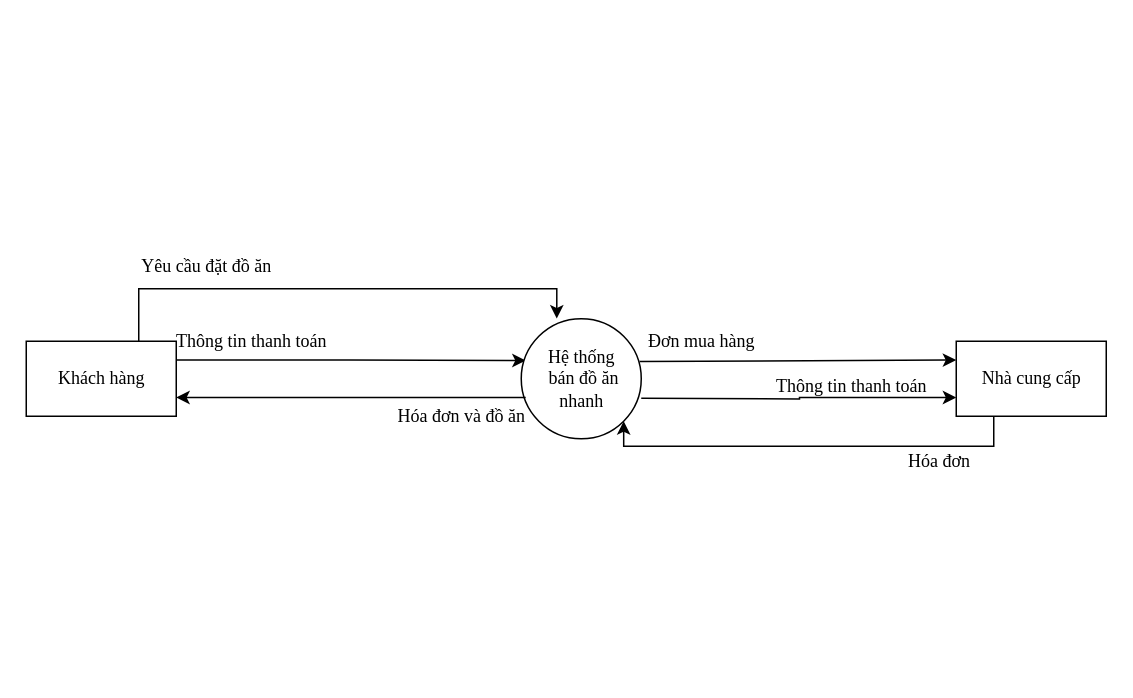
Before: page "Mức 0" (1 of 3) of PTTK HTTT/Project/DFD.drawio in EdgarIgnite16/SGU-Course, a draw.io diagram. Source tidied: cells renumbered, new cells numbered last; positions are measured from the earlier drawing's top-left corner, leaving out a move shared by most shapes. Both pictures are drawn from the tidied source at 150%, with x=0, y=0 at pixel (26, 250).
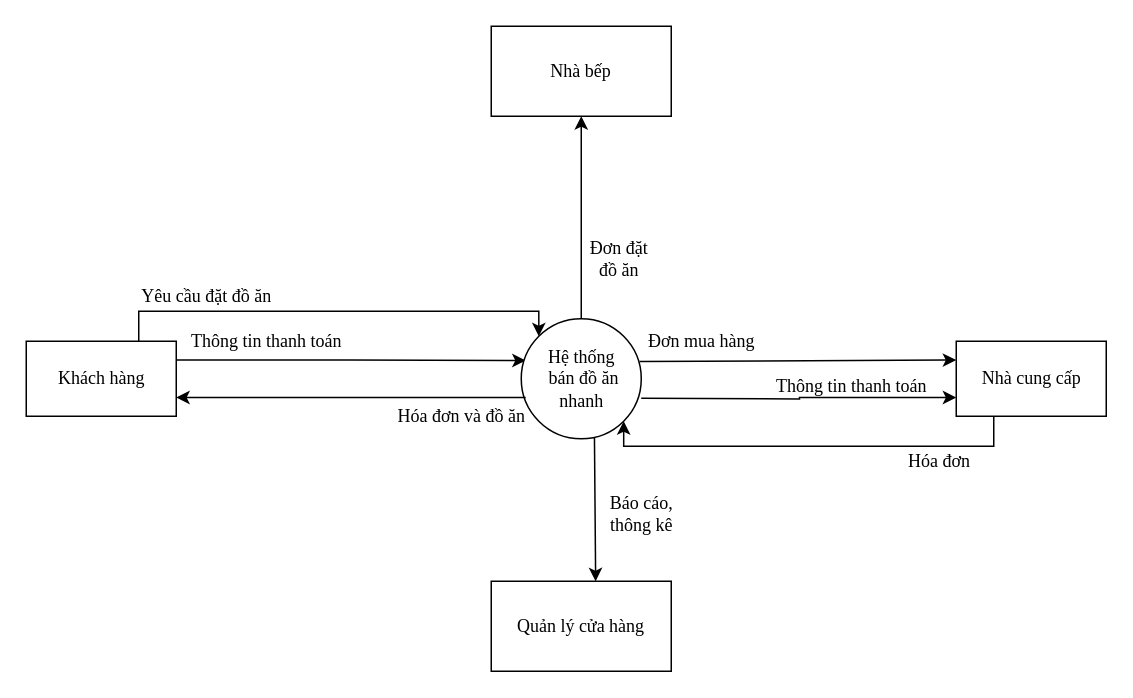
After the change.

Unchanged cells that the change refers to:
```xml
<mxCell id="4" value="Khách hàng" style="html=1;dashed=0;whitespace=wrap;fontFamily=Times New Roman;" parent="1" vertex="1">
  <mxGeometry y="60" width="100" height="50" as="geometry" />
</mxCell>
<mxCell id="6" value="&lt;font face=&quot;Times New Roman&quot;&gt;Hệ thống&lt;br&gt;&amp;nbsp;bán đồ ăn &lt;br&gt;nhanh&lt;/font&gt;" style="shape=ellipse;html=1;dashed=0;whitespace=wrap;perimeter=ellipsePerimeter;" parent="1" vertex="1">
  <mxGeometry x="330" y="45" width="80" height="80" as="geometry" />
</mxCell>
```

Change to the diagram source:
```diff
@@
-    <mxCell id="3" style="edgeStyle=orthogonalEdgeStyle;rounded=0;jettySize=auto;html=1;exitX=0.75;exitY=0;exitDx=0;exitDy=0;entryX=0.296;entryY=-0.002;entryDx=0;entryDy=0;entryPerimeter=0;fontFamily=Times New Roman;" parent="1" edge="1" source="4" target="6">
-      <mxGeometry relative="1" as="geometry" />
+    <mxCell id="3" style="edgeStyle=orthogonalEdgeStyle;rounded=0;jettySize=auto;html=1;exitX=0.75;exitY=0;exitDx=0;exitDy=0;entryX=0;entryY=0;entryDx=0;entryDy=0;fontFamily=Times New Roman;" parent="1" edge="1" source="4" target="6">
+      <mxGeometry relative="1" as="geometry">
+        <Array as="points">
+          <mxPoint x="75" y="40" />
+          <mxPoint x="342" y="40" />
+          <mxPoint x="342" y="57" />
+        </Array>
+      </mxGeometry>
     </mxCell>
@@
+    <mxCell id="17" style="edgeStyle=orthogonalEdgeStyle;rounded=0;jettySize=auto;html=1;exitX=0.5;exitY=0;exitDx=0;exitDy=0;entryX=0.5;entryY=1;entryDx=0;entryDy=0;fontFamily=Times New Roman;startArrow=none;startFill=0;" parent="1" edge="1" source="6" target="21">
+      <mxGeometry relative="1" as="geometry" />
+    </mxCell>
@@
-    <mxCell id="9" value="Yêu cầu đặt đồ ăn" style="text;html=1;align=center;verticalAlign=middle;strokeColor=none;fillColor=none;fontFamily=Times New Roman;" parent="1" vertex="1">
-      <mxGeometry x="70" width="100" height="20" as="geometry" />
-    </mxCell>
@@
     <mxCell id="14" value="Thông tin thanh toán" style="text;html=1;align=center;verticalAlign=middle;strokeColor=none;fillColor=none;fontFamily=Times New Roman;" parent="1" vertex="1">
-      <mxGeometry x="90" y="50" width="120" height="20" as="geometry" />
+      <mxGeometry x="100" y="50" width="120" height="20" as="geometry" />
     </mxCell>
@@
+    <mxCell id="18" value="Quản lý cửa hàng" style="rounded=0;whiteSpace=wrap;html=1;fontFamily=Times New Roman;" parent="1" vertex="1">
+      <mxGeometry x="310" y="220" width="120" height="60" as="geometry" />
+    </mxCell>
+    <mxCell id="19" style="endArrow=classic;html=1;rounded=0;exitX=0.61;exitY=0.985;exitDx=0;exitDy=0;exitPerimeter=0;entryX=0.58;entryY=0;entryDx=0;entryDy=0;entryPerimeter=0;" parent="1" edge="1" source="6" target="18">
+      <mxGeometry relative="1" as="geometry" />
+    </mxCell>
+    <mxCell id="20" value="&lt;font face=&quot;Times New Roman&quot;&gt;Báo cáo,&lt;br&gt;thông kê&lt;br&gt;&lt;/font&gt;" style="text;html=1;align=center;verticalAlign=middle;strokeColor=none;fillColor=none;" parent="1" vertex="1">
+      <mxGeometry x="380" y="155" width="60" height="40" as="geometry" />
+    </mxCell>
+    <mxCell id="9" value="Yêu cầu đặt đồ ăn" style="text;html=1;align=center;verticalAlign=middle;strokeColor=none;fillColor=none;fontFamily=Times New Roman;" parent="1" vertex="1">
+      <mxGeometry x="70" y="20" width="100" height="20" as="geometry" />
+    </mxCell>
+    <mxCell id="21" value="Nhà bếp" style="rounded=0;whiteSpace=wrap;html=1;fontFamily=Times New Roman;" parent="1" vertex="1">
+      <mxGeometry x="310" y="-150" width="120" height="60" as="geometry" />
+    </mxCell>
+    <mxCell id="22" value="Đơn đặt&lt;br&gt;đồ ăn" style="text;html=1;align=center;verticalAlign=middle;strokeColor=none;fillColor=none;fontFamily=Times New Roman;rotation=0;" parent="1" vertex="1">
+      <mxGeometry x="370" y="-10" width="50" height="30" as="geometry" />
+    </mxCell>
```
